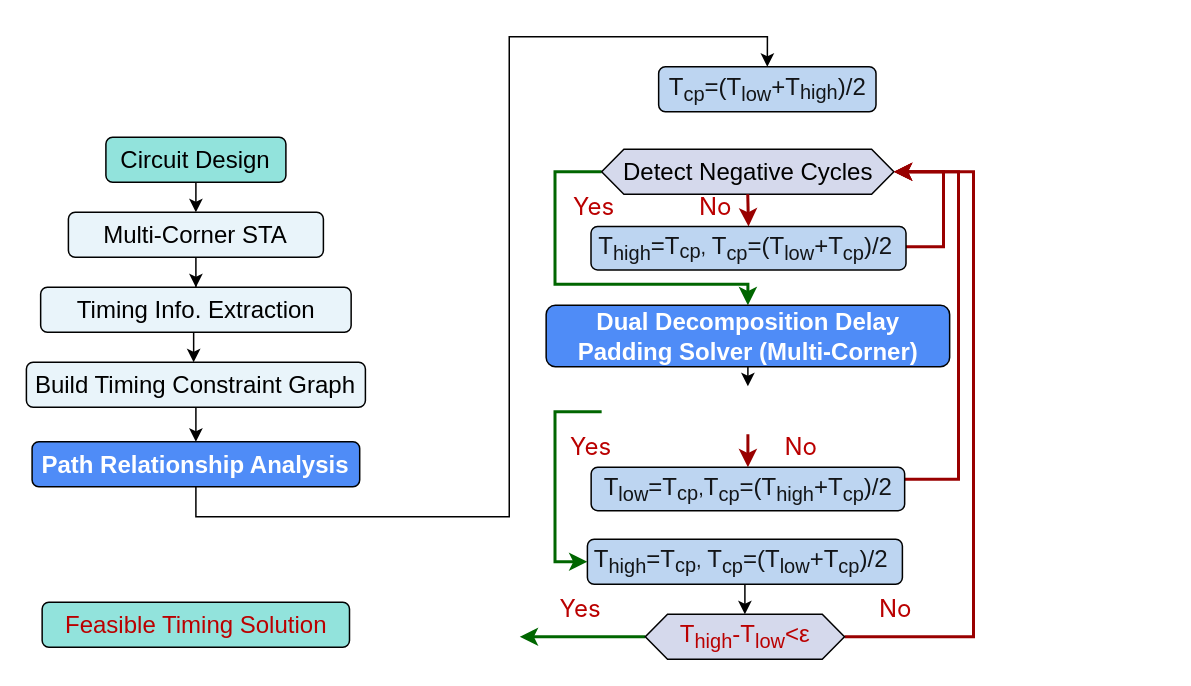
Before: framework.drawio in kxzhu0505/Delay-Padding-For-Multi-corner, a draw.io diagram. Source tidied: cells renumbered, new cells numbered last; positions are measured from the earlier drawing's top-left corner, leaving out a move shared by most shapes. Both pictures are drawn from the tidied source at 150%, with x=0, y=0 at pixel (26, 66).
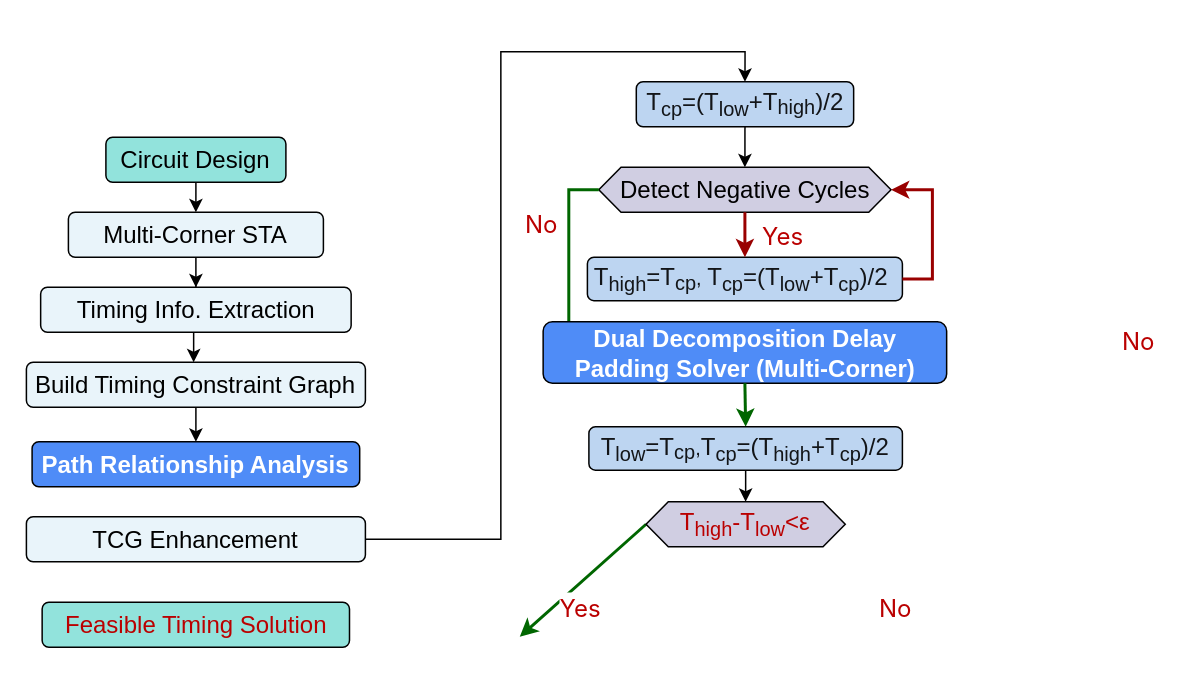
After the change.

Unchanged cells that the change refers to:
```xml
<mxCell id="33" value="&lt;font style=&quot;font-size: 16px; color: rgb(255, 255, 255);&quot;&gt;&lt;b&gt;Path Relationship Analysis&lt;/b&gt;&lt;/font&gt;" style="rounded=1;whiteSpace=wrap;html=1;fillColor=light-dark(#4f8cf7, #ededed);" parent="1" vertex="1">
  <mxGeometry x="3.9" y="250" width="218.4" height="30" as="geometry" />
</mxCell>
```

The edit, as a diff of the source:
```diff
@@
     <mxCell id="2" value="&lt;font face=&quot;PingFang SC, -apple-system, system-ui, Segoe UI, Roboto, Ubuntu, Helvetica Neue, Helvetica, Arial, Hiragino Sans GB, Microsoft YaHei UI, Microsoft YaHei, Source Han Sans CN, sans-serif&quot; color=&quot;rgba(0, 0, 0, 0.9)&quot;&gt;&lt;span style=&quot;font-size: 16px; background-color: rgb(255, 255, 255);&quot;&gt;No&lt;/span&gt;&lt;/font&gt;" style="text;whiteSpace=wrap;html=1;" parent="1" vertex="1">
-      <mxGeometry x="503.5" y="237" width="30" height="30" as="geometry" />
+      <mxGeometry x="729" y="167" width="30" height="30" as="geometry" />
     </mxCell>
     <mxCell id="3" value="&lt;font face=&quot;PingFang SC, -apple-system, system-ui, Segoe UI, Roboto, Ubuntu, Helvetica Neue, Helvetica, Arial, Hiragino Sans GB, Microsoft YaHei UI, Microsoft YaHei, Source Han Sans CN, sans-serif&quot; color=&quot;rgba(0, 0, 0, 0.9)&quot;&gt;&lt;span style=&quot;font-size: 16px; background-color: rgb(255, 255, 255);&quot;&gt;No&lt;/span&gt;&lt;/font&gt;" style="text;whiteSpace=wrap;html=1;" parent="1" vertex="1">
-      <mxGeometry x="446.5" y="76.5" width="30" height="30" as="geometry" />
+      <mxGeometry x="330.8" y="89" width="30" height="30" as="geometry" />
     </mxCell>
-    <mxCell id="4" style="edgeStyle=orthogonalEdgeStyle;rounded=0;jettySize=auto;html=1;entryX=0.5;entryY=0;entryDx=0;entryDy=0;strokeWidth=2;strokeColor=#006600;" parent="1" edge="1" source="5" target="14">
-      <mxGeometry relative="1" as="geometry">
-        <Array as="points">
-          <mxPoint x="352.5" y="70" />
-          <mxPoint x="352.5" y="145" />
-          <mxPoint x="481.5" y="145" />
-        </Array>
-      </mxGeometry>
-    </mxCell>
-    <mxCell id="5" value="&lt;span style=&quot;font-size: 16px;&quot;&gt;Detect Negative Cycles&lt;/span&gt;" style="shape=hexagon;perimeter=hexagonPerimeter2;whiteSpace=wrap;html=1;fixedSize=1;size=14.829999999999927;fillColor=light-dark(#d5d9ec, #392f3f);strokeColor=#000000;" parent="1" vertex="1">
-      <mxGeometry x="383.6" y="55" width="194.8" height="30" as="geometry" />
+    <mxCell id="5" value="&lt;span style=&quot;font-size: 16px;&quot;&gt;Detect Negative Cycles&lt;/span&gt;" style="shape=hexagon;perimeter=hexagonPerimeter2;whiteSpace=wrap;html=1;fixedSize=1;size=14.829999999999927;fillColor=#d0cee2;strokeColor=#000000;" parent="1" vertex="1">
+      <mxGeometry x="381.7" y="67" width="194.8" height="30" as="geometry" />
     </mxCell>
-    <mxCell id="6" style="rounded=0;jettySize=auto;html=1;entryX=0.5;entryY=0;entryDx=0;entryDy=0;exitX=0.5;exitY=1;exitDx=0;exitDy=0;strokeWidth=2;strokeColor=#990000;" parent="1" edge="1" source="5" target="26">
+    <mxCell id="6" style="rounded=0;jettySize=auto;html=1;entryX=0;entryY=0.5;entryDx=0;entryDy=0;exitX=0;exitY=0.5;exitDx=0;exitDy=0;strokeWidth=2;strokeColor=light-dark(#006600, #ffb5b5);edgeStyle=orthogonalEdgeStyle;" parent="1" edge="1" source="5" target="14">
       <mxGeometry relative="1" as="geometry" />
     </mxCell>
@@
-    <mxCell id="13" style="edgeStyle=orthogonalEdgeStyle;rounded=0;orthogonalLoop=1;jettySize=auto;html=1;entryX=0.5;entryY=0;entryDx=0;entryDy=0;" parent="1" edge="1">
-      <mxGeometry relative="1" as="geometry">
-        <mxPoint x="481.1" y="200" as="sourcePoint" />
-        <mxPoint x="481.1" y="213" as="targetPoint" />
-      </mxGeometry>
-    </mxCell>
     <mxCell id="14" value="&lt;font style=&quot;font-size: 16px; color: rgb(255, 255, 255);&quot;&gt;&lt;b&gt;Dual Decomposition Delay Padding Solver (Multi-Corner)&lt;/b&gt;&lt;/font&gt;" style="rounded=1;whiteSpace=wrap;html=1;fillColor=light-dark(#4f8cf7, #3e2942);strokeColor=light-dark(#000000,#D7817E);" parent="1" vertex="1">
-      <mxGeometry x="346.6" y="159" width="269" height="41" as="geometry" />
+      <mxGeometry x="344.6" y="170" width="269" height="41" as="geometry" />
     </mxCell>
-    <mxCell id="15" style="rounded=0;jettySize=auto;html=1;entryX=0.5;entryY=0;entryDx=0;entryDy=0;" parent="1" edge="1" source="17" target="28">
+    <mxCell id="15" style="rounded=0;jettySize=auto;html=1;entryX=0.5;entryY=0;entryDx=0;entryDy=0;exitX=0.5;exitY=1;exitDx=0;exitDy=0;" parent="1" edge="1" source="31" target="28">
       <mxGeometry relative="1" as="geometry" />
     </mxCell>
-    <mxCell id="16" style="edgeStyle=orthogonalEdgeStyle;rounded=0;jettySize=auto;html=1;entryX=1;entryY=0.5;entryDx=0;entryDy=0;exitX=1;exitY=0.5;exitDx=0;exitDy=0;strokeWidth=2;strokeColor=#990000;" parent="1" edge="1" source="28" target="5">
-      <mxGeometry relative="1" as="geometry">
-        <Array as="points">
-          <mxPoint x="631.5" y="380" />
-          <mxPoint x="631.5" y="70" />
-        </Array>
-      </mxGeometry>
-    </mxCell>
-    <mxCell id="17" value="&lt;span style=&quot;color: rgba(0, 0, 0, 0.9); text-align: left; font-size: 16px;&quot;&gt;T&lt;sub&gt;high&lt;/sub&gt;=&lt;/span&gt;&lt;span style=&quot;color: rgba(0, 0, 0, 0.9); text-align: left;&quot;&gt;&lt;span style=&quot;font-size: 16px; color: rgba(0, 0, 0, 0.9);&quot;&gt;T&lt;/span&gt;&lt;sub style=&quot;color: rgba(0, 0, 0, 0.9);&quot;&gt;&lt;font style=&quot;font-size: 13.333px;&quot;&gt;cp&lt;/font&gt;&lt;/sub&gt;&lt;span style=&quot;font-size: 13.3333px;&quot;&gt;,&amp;nbsp;&lt;/span&gt;&lt;/span&gt;&lt;font face=&quot;Helvetica&quot;&gt;&lt;span style=&quot;color: rgba(0, 0, 0, 0.9); font-size: 16px; text-align: left;&quot;&gt;&lt;span style=&quot;color: rgba(0, 0, 0, 0.9);&quot;&gt;T&lt;/span&gt;&lt;sub style=&quot;color: rgba(0, 0, 0, 0.9);&quot;&gt;cp&lt;/sub&gt;=(T&lt;sub&gt;low&lt;/sub&gt;+&lt;/span&gt;&lt;span style=&quot;color: rgba(0, 0, 0, 0.9); text-align: left; font-size: 16px;&quot;&gt;&lt;span style=&quot;color: rgba(0, 0, 0, 0.9);&quot;&gt;T&lt;/span&gt;&lt;sub style=&quot;color: rgba(0, 0, 0, 0.9);&quot;&gt;cp&lt;/sub&gt;)/2&amp;nbsp;&lt;/span&gt;&lt;/font&gt;" style="rounded=1;whiteSpace=wrap;html=1;fillColor=light-dark(#bdd5f1, #1f2f1e);strokeColor=#000000;" parent="1" vertex="1">
-      <mxGeometry x="374.1" y="315" width="210" height="30" as="geometry" />
-    </mxCell>
@@
-    <mxCell id="21" value="&lt;font face=&quot;PingFang SC, -apple-system, system-ui, Segoe UI, Roboto, Ubuntu, Helvetica Neue, Helvetica, Arial, Hiragino Sans GB, Microsoft YaHei UI, Microsoft YaHei, Source Han Sans CN, sans-serif&quot; color=&quot;rgba(0, 0, 0, 0.9)&quot;&gt;&lt;span style=&quot;font-size: 16px; background-color: rgb(255, 255, 255);&quot;&gt;Yes&lt;/span&gt;&lt;/font&gt;" style="text;whiteSpace=wrap;html=1;" parent="1" vertex="1">
-      <mxGeometry x="360.8" y="237" width="30" height="30" as="geometry" />
-    </mxCell>
@@
     <mxCell id="23" value="&lt;font face=&quot;PingFang SC, -apple-system, system-ui, Segoe UI, Roboto, Ubuntu, Helvetica Neue, Helvetica, Arial, Hiragino Sans GB, Microsoft YaHei UI, Microsoft YaHei, Source Han Sans CN, sans-serif&quot; color=&quot;rgba(0, 0, 0, 0.9)&quot;&gt;&lt;span style=&quot;font-size: 16px; background-color: rgb(255, 255, 255);&quot;&gt;Yes&lt;/span&gt;&lt;/font&gt;" style="text;whiteSpace=wrap;html=1;" parent="1" vertex="1">
-      <mxGeometry x="362.5" y="76.5" width="28.3" height="30" as="geometry" />
+      <mxGeometry x="489" y="97" width="28.3" height="30" as="geometry" />
     </mxCell>
@@
-    <mxCell id="25" style="edgeStyle=orthogonalEdgeStyle;rounded=0;jettySize=auto;html=1;entryX=1;entryY=0.5;entryDx=0;entryDy=0;exitX=1;exitY=0.5;exitDx=0;exitDy=0;strokeWidth=2;strokeColor=#990000;" parent="1" edge="1" source="26" target="5">
-      <mxGeometry relative="1" as="geometry">
-        <Array as="points">
-          <mxPoint x="611.5" y="120" />
-          <mxPoint x="611.5" y="70" />
-        </Array>
-      </mxGeometry>
-    </mxCell>
-    <mxCell id="26" value="&lt;span style=&quot;color: rgba(0, 0, 0, 0.9); text-align: left; font-size: 16px;&quot;&gt;T&lt;sub&gt;high&lt;/sub&gt;=&lt;/span&gt;&lt;span style=&quot;color: rgba(0, 0, 0, 0.9); text-align: left;&quot;&gt;&lt;span style=&quot;font-size: 16px; color: rgba(0, 0, 0, 0.9);&quot;&gt;T&lt;/span&gt;&lt;sub style=&quot;color: rgba(0, 0, 0, 0.9);&quot;&gt;&lt;font style=&quot;font-size: 13.333px;&quot;&gt;cp&lt;/font&gt;&lt;/sub&gt;&lt;span style=&quot;font-size: 13.3333px;&quot;&gt;,&amp;nbsp;&lt;/span&gt;&lt;/span&gt;&lt;font face=&quot;Helvetica&quot;&gt;&lt;span style=&quot;color: rgba(0, 0, 0, 0.9); font-size: 16px; text-align: left;&quot;&gt;&lt;span style=&quot;color: rgba(0, 0, 0, 0.9);&quot;&gt;T&lt;/span&gt;&lt;sub style=&quot;color: rgba(0, 0, 0, 0.9);&quot;&gt;cp&lt;/sub&gt;=(T&lt;sub style=&quot;&quot;&gt;low&lt;/sub&gt;+&lt;/span&gt;&lt;span style=&quot;color: rgba(0, 0, 0, 0.9); text-align: left; font-size: 16px;&quot;&gt;&lt;span style=&quot;color: rgba(0, 0, 0, 0.9);&quot;&gt;T&lt;/span&gt;&lt;sub style=&quot;color: rgba(0, 0, 0, 0.9);&quot;&gt;cp&lt;/sub&gt;)/2&amp;nbsp;&lt;/span&gt;&lt;/font&gt;" style="rounded=1;whiteSpace=wrap;html=1;fillColor=light-dark(#bdd5f1, #1f2f1e);strokeColor=#000000;" parent="1" vertex="1">
-      <mxGeometry x="376.5" y="106.5" width="210" height="29" as="geometry" />
-    </mxCell>
-    <mxCell id="27" style="edgeStyle=orthogonalEdgeStyle;rounded=0;jettySize=auto;html=1;entryX=0;entryY=0.5;entryDx=0;entryDy=0;exitX=0;exitY=0.5;exitDx=0;exitDy=0;strokeWidth=2;strokeColor=#006600;" parent="1" edge="1" target="17">
-      <mxGeometry relative="1" as="geometry">
-        <mxPoint x="383.6" y="230" as="sourcePoint" />
-        <Array as="points">
-          <mxPoint x="352.5" y="230" />
-          <mxPoint x="352.5" y="330" />
-        </Array>
-      </mxGeometry>
+    <mxCell id="27" style="rounded=0;jettySize=auto;html=1;entryX=0.5;entryY=0;entryDx=0;entryDy=0;exitX=0.5;exitY=1;exitDx=0;exitDy=0;strokeWidth=2;strokeColor=#006600;" parent="1" edge="1" source="14" target="31">
+      <mxGeometry relative="1" as="geometry" />
     </mxCell>
-    <mxCell id="28" value="&lt;div style=&quot;text-align: left;&quot;&gt;&lt;font color=&quot;rgba(0, 0, 0, 0.9)&quot;&gt;&lt;span style=&quot;font-size: 16px;&quot;&gt;T&lt;sub&gt;high&lt;/sub&gt;-T&lt;sub&gt;low&lt;/sub&gt;&amp;lt;ε&lt;/span&gt;&lt;/font&gt;&lt;/div&gt;" style="shape=hexagon;perimeter=hexagonPerimeter2;whiteSpace=wrap;html=1;fixedSize=1;size=14.829999999999927;fillColor=light-dark(#d5d9ec, #392f3f);strokeColor=#000000;" parent="1" vertex="1">
-      <mxGeometry x="412.7" y="365" width="132.8" height="30" as="geometry" />
+    <mxCell id="28" value="&lt;div style=&quot;text-align: left;&quot;&gt;&lt;font color=&quot;rgba(0, 0, 0, 0.9)&quot;&gt;&lt;span style=&quot;font-size: 16px;&quot;&gt;T&lt;sub&gt;high&lt;/sub&gt;-T&lt;sub&gt;low&lt;/sub&gt;&amp;lt;ε&lt;/span&gt;&lt;/font&gt;&lt;/div&gt;" style="shape=hexagon;perimeter=hexagonPerimeter2;whiteSpace=wrap;html=1;fixedSize=1;size=14.829999999999927;fillColor=#d0cee2;strokeColor=#000000;" parent="1" vertex="1">
+      <mxGeometry x="413.2" y="290" width="132.8" height="30" as="geometry" />
     </mxCell>
-    <mxCell id="29" style="rounded=0;jettySize=auto;html=1;entryX=0.5;entryY=0;entryDx=0;entryDy=0;exitX=0.5;exitY=1;exitDx=0;exitDy=0;strokeWidth=2;strokeColor=#990000;" parent="1" edge="1" target="31">
-      <mxGeometry relative="1" as="geometry">
-        <mxPoint x="481.1" y="245" as="sourcePoint" />
-      </mxGeometry>
-    </mxCell>
-    <mxCell id="30" style="edgeStyle=orthogonalEdgeStyle;rounded=0;jettySize=auto;html=1;entryX=1;entryY=0.5;entryDx=0;entryDy=0;strokeWidth=2;strokeColor=#990000;" parent="1" edge="1" source="31" target="5">
-      <mxGeometry relative="1" as="geometry">
-        <Array as="points">
-          <mxPoint x="621.5" y="275" />
-          <mxPoint x="621.5" y="70" />
-        </Array>
-      </mxGeometry>
-    </mxCell>
+    <mxCell id="36" style="edgeStyle=orthogonalEdgeStyle;rounded=0;jettySize=auto;html=1;exitX=0.5;exitY=0;exitDx=0;exitDy=0;" parent="1" edge="1" source="31">
+      <mxGeometry relative="1" as="geometry">
+        <mxPoint x="480.8" y="260" as="targetPoint" />
+      </mxGeometry>
+    </mxCell>
     <mxCell id="31" value="&lt;span style=&quot;color: rgba(0, 0, 0, 0.9); font-size: 16px; text-align: left;&quot;&gt;&lt;span style=&quot;color: rgba(0, 0, 0, 0.9);&quot;&gt;&lt;span style=&quot;color: rgba(0, 0, 0, 0.9);&quot;&gt;T&lt;sub&gt;low&lt;/sub&gt;=&lt;/span&gt;&lt;span style=&quot;font-size: 12px; color: rgba(0, 0, 0, 0.9);&quot;&gt;&lt;span style=&quot;font-size: 16px; color: rgba(0, 0, 0, 0.9);&quot;&gt;T&lt;/span&gt;&lt;sub style=&quot;color: rgba(0, 0, 0, 0.9);&quot;&gt;&lt;font style=&quot;font-size: 13.333px;&quot;&gt;cp&lt;/font&gt;&lt;/sub&gt;&lt;span style=&quot;font-size: 13.3333px;&quot;&gt;,&lt;/span&gt;&lt;/span&gt;T&lt;/span&gt;&lt;sub style=&quot;color: rgba(0, 0, 0, 0.9);&quot;&gt;cp&lt;/sub&gt;=(&lt;span style=&quot;color: rgba(0, 0, 0, 0.9);&quot;&gt;T&lt;/span&gt;&lt;sub style=&quot;color: rgba(0, 0, 0, 0.9);&quot;&gt;high&lt;/sub&gt;+&lt;/span&gt;&lt;span style=&quot;color: rgba(0, 0, 0, 0.9); font-size: 16px; text-align: left;&quot;&gt;&lt;span style=&quot;color: rgba(0, 0, 0, 0.9);&quot;&gt;T&lt;/span&gt;&lt;sub style=&quot;color: rgba(0, 0, 0, 0.9);&quot;&gt;cp&lt;/sub&gt;)/2&lt;/span&gt;" style="rounded=1;whiteSpace=wrap;html=1;fillColor=light-dark(#bdd5f1, #1f2f1e);strokeColor=#000000;" parent="1" vertex="1">
-      <mxGeometry x="376.6" y="267" width="209" height="29" as="geometry" />
+      <mxGeometry x="375.1" y="240" width="209" height="29" as="geometry" />
     </mxCell>
     <mxCell id="32" value="&lt;span&gt;&lt;font face=&quot;Helvetica&quot;&gt;&lt;span style=&quot;color: rgba(0, 0, 0, 0.9); font-size: 16px; text-align: left;&quot;&gt;&lt;span style=&quot;color: rgba(0, 0, 0, 0.9);&quot;&gt;T&lt;/span&gt;&lt;sub style=&quot;color: rgba(0, 0, 0, 0.9);&quot;&gt;cp&lt;/sub&gt;=(T&lt;sub style=&quot;&quot;&gt;low&lt;/sub&gt;+&lt;/span&gt;&lt;/font&gt;&lt;/span&gt;&lt;span style=&quot;color: rgba(0, 0, 0, 0.9); font-size: 16px; text-align: left;&quot;&gt;T&lt;/span&gt;&lt;sub style=&quot;color: rgba(0, 0, 0, 0.9); text-align: left;&quot;&gt;&lt;font style=&quot;font-size: 13.3333px;&quot;&gt;high&lt;/font&gt;&lt;/sub&gt;&lt;span&gt;&lt;font face=&quot;Helvetica&quot;&gt;&lt;span style=&quot;color: rgba(0, 0, 0, 0.9); font-size: 16px; text-align: left;&quot;&gt;)/2&lt;/span&gt;&lt;/font&gt;&lt;/span&gt;" style="rounded=1;whiteSpace=wrap;html=1;fillColor=light-dark(#bdd5f1, #1f2f1e);strokeColor=#000000;" parent="1" vertex="1">
-      <mxGeometry x="421.6" width="144.9" height="30" as="geometry" />
+      <mxGeometry x="406.7" y="10" width="144.9" height="30" as="geometry" />
     </mxCell>
@@
-    <mxCell id="35" style="edgeStyle=orthogonalEdgeStyle;rounded=0;jettySize=auto;html=1;entryX=0.5;entryY=0;entryDx=0;entryDy=0;exitX=0.5;exitY=1;exitDx=0;exitDy=0;" parent="1" edge="1" source="33" target="32">
+    <mxCell id="35" style="edgeStyle=orthogonalEdgeStyle;rounded=0;jettySize=auto;html=1;entryX=0.5;entryY=0;entryDx=0;entryDy=0;exitX=1;exitY=0.5;exitDx=0;exitDy=0;" parent="1" edge="1" source="39" target="32">
       <mxGeometry relative="1" as="geometry" />
     </mxCell>
+    <mxCell id="26" value="&lt;span style=&quot;color: rgba(0, 0, 0, 0.9); text-align: left; font-size: 16px;&quot;&gt;T&lt;sub&gt;high&lt;/sub&gt;=&lt;/span&gt;&lt;span style=&quot;color: rgba(0, 0, 0, 0.9); text-align: left;&quot;&gt;&lt;span style=&quot;font-size: 16px; color: rgba(0, 0, 0, 0.9);&quot;&gt;T&lt;/span&gt;&lt;sub style=&quot;color: rgba(0, 0, 0, 0.9);&quot;&gt;&lt;font style=&quot;font-size: 13.333px;&quot;&gt;cp&lt;/font&gt;&lt;/sub&gt;&lt;span style=&quot;font-size: 13.3333px;&quot;&gt;,&amp;nbsp;&lt;/span&gt;&lt;/span&gt;&lt;font face=&quot;Helvetica&quot;&gt;&lt;span style=&quot;color: rgba(0, 0, 0, 0.9); font-size: 16px; text-align: left;&quot;&gt;&lt;span style=&quot;color: rgba(0, 0, 0, 0.9);&quot;&gt;T&lt;/span&gt;&lt;sub style=&quot;color: rgba(0, 0, 0, 0.9);&quot;&gt;cp&lt;/sub&gt;=(T&lt;sub style=&quot;&quot;&gt;low&lt;/sub&gt;+&lt;/span&gt;&lt;span style=&quot;color: rgba(0, 0, 0, 0.9); text-align: left; font-size: 16px;&quot;&gt;&lt;span style=&quot;color: rgba(0, 0, 0, 0.9);&quot;&gt;T&lt;/span&gt;&lt;sub style=&quot;color: rgba(0, 0, 0, 0.9);&quot;&gt;cp&lt;/sub&gt;)/2&amp;nbsp;&lt;/span&gt;&lt;/font&gt;" style="rounded=1;whiteSpace=wrap;html=1;fillColor=light-dark(#bdd5f1, #1f2f1e);strokeColor=#000000;" parent="1" vertex="1">
+      <mxGeometry x="374.1" y="127" width="210" height="29" as="geometry" />
+    </mxCell>
+    <mxCell id="25" style="edgeStyle=orthogonalEdgeStyle;rounded=0;jettySize=auto;html=1;entryX=1;entryY=0.5;entryDx=0;entryDy=0;exitX=1;exitY=0.5;exitDx=0;exitDy=0;strokeWidth=2;strokeColor=#990000;" parent="1" edge="1" source="26" target="5">
+      <mxGeometry relative="1" as="geometry" />
+    </mxCell>
+    <mxCell id="37" style="rounded=0;jettySize=auto;html=1;exitX=0.5;exitY=1;exitDx=0;exitDy=0;entryX=0.5;entryY=0;entryDx=0;entryDy=0;" parent="1" edge="1" source="32" target="5">
+      <mxGeometry relative="1" as="geometry" />
+    </mxCell>
+    <mxCell id="38" style="rounded=0;jettySize=auto;html=1;entryX=0.5;entryY=0;entryDx=0;entryDy=0;exitX=0.5;exitY=1;exitDx=0;exitDy=0;strokeWidth=2;strokeColor=#990000;" parent="1" edge="1" source="5" target="26">
+      <mxGeometry relative="1" as="geometry" />
+    </mxCell>
+    <mxCell id="39" value="&lt;font style=&quot;font-size: 16px;&quot;&gt;TCG Enhancement&lt;/font&gt;" style="rounded=1;whiteSpace=wrap;html=1;fillColor=light-dark(#e9f4fa, #ededed);" parent="1" vertex="1">
+      <mxGeometry x="0.1" y="300" width="226" height="30" as="geometry" />
+    </mxCell>
```
